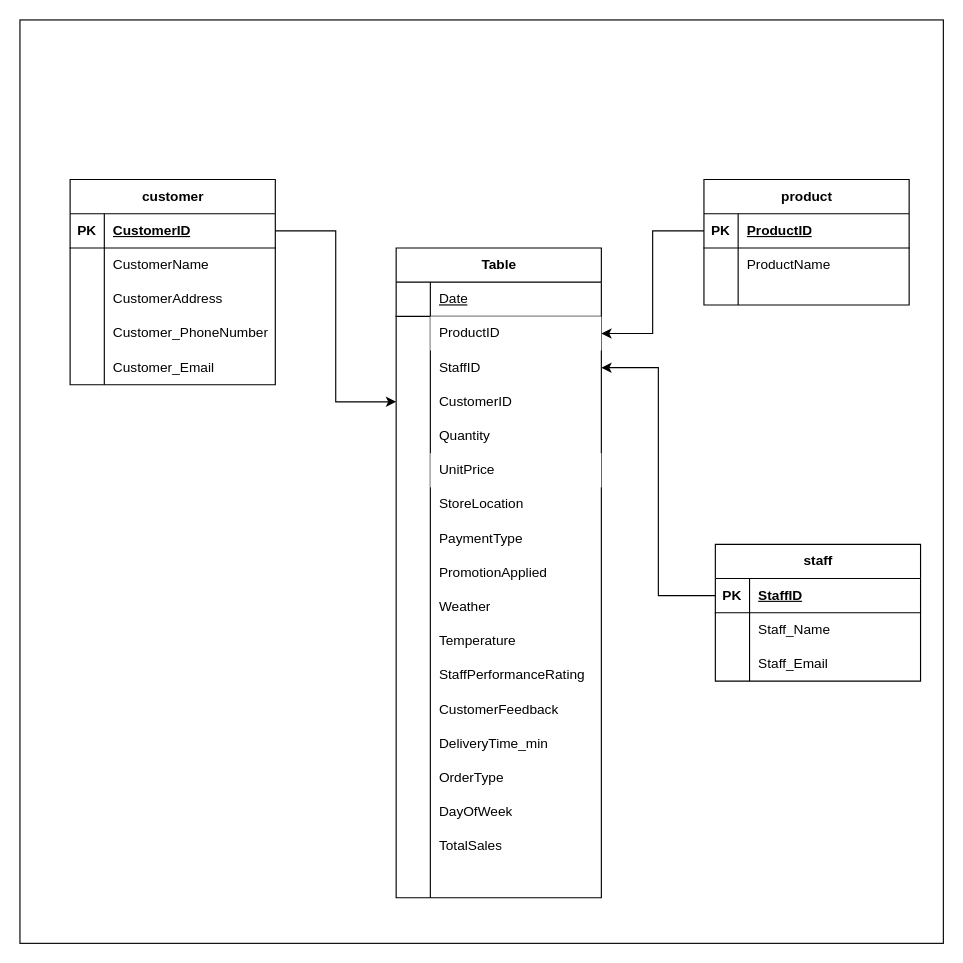
oibude/etl_airflow_zipco keeps this draw.io diagram as page "Page-3" (2 of 2) of Model Diagram.drawio. Above is the earlier version. Source tidied: cells renumbered, new cells numbered last; positions are measured from the earlier drawing's top-left corner, leaving out a move shared by most shapes. Both pictures are drawn from the tidied source at 114%, with x=0, y=0 at pixel (19, 19).
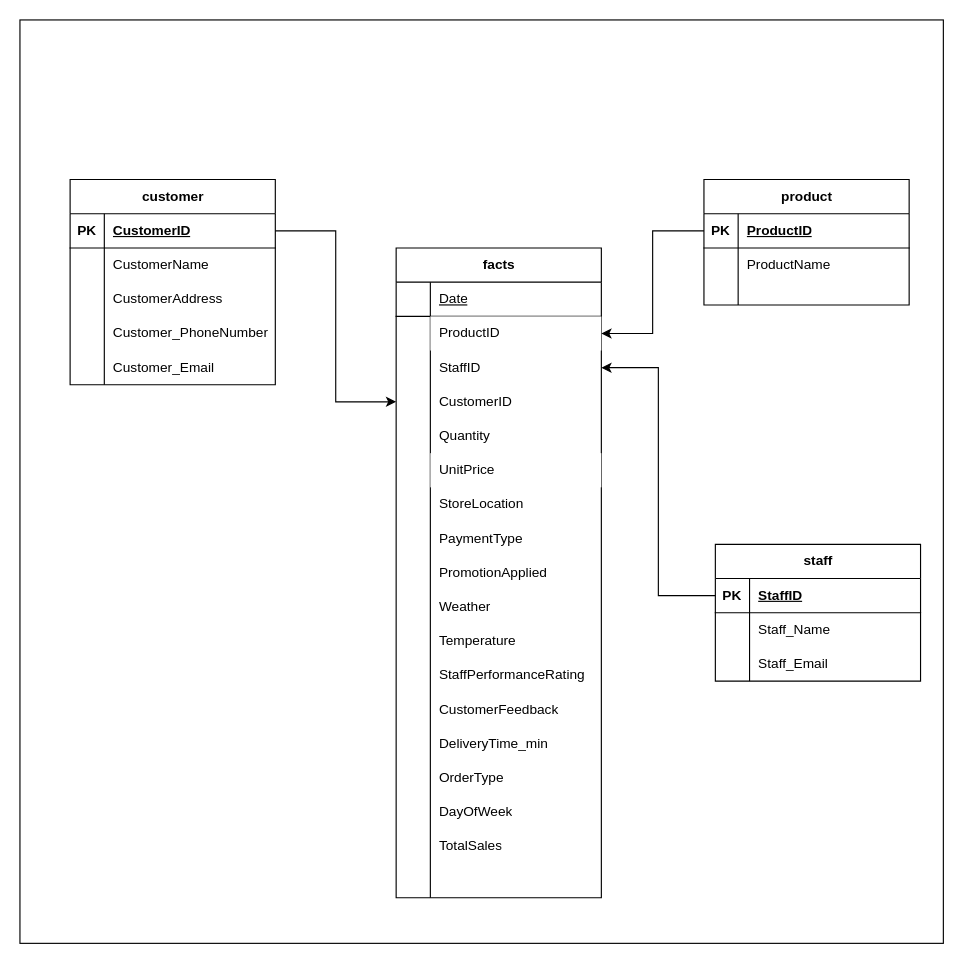
The same page after the edit.

What changed in the source:
```diff
@@
-    <mxCell id="39" value="Table" style="shape=table;startSize=30;childLayout=tableLayout;rowLines=0;fontStyle=1;align=center;html=1;" parent="1" vertex="1">
+    <mxCell id="39" value="facts" style="shape=table;startSize=30;childLayout=tableLayout;rowLines=0;fontStyle=1;align=center;html=1;" parent="1" vertex="1">
       <mxGeometry x="330" y="200" width="180" height="570" as="geometry" />
     </mxCell>
```
